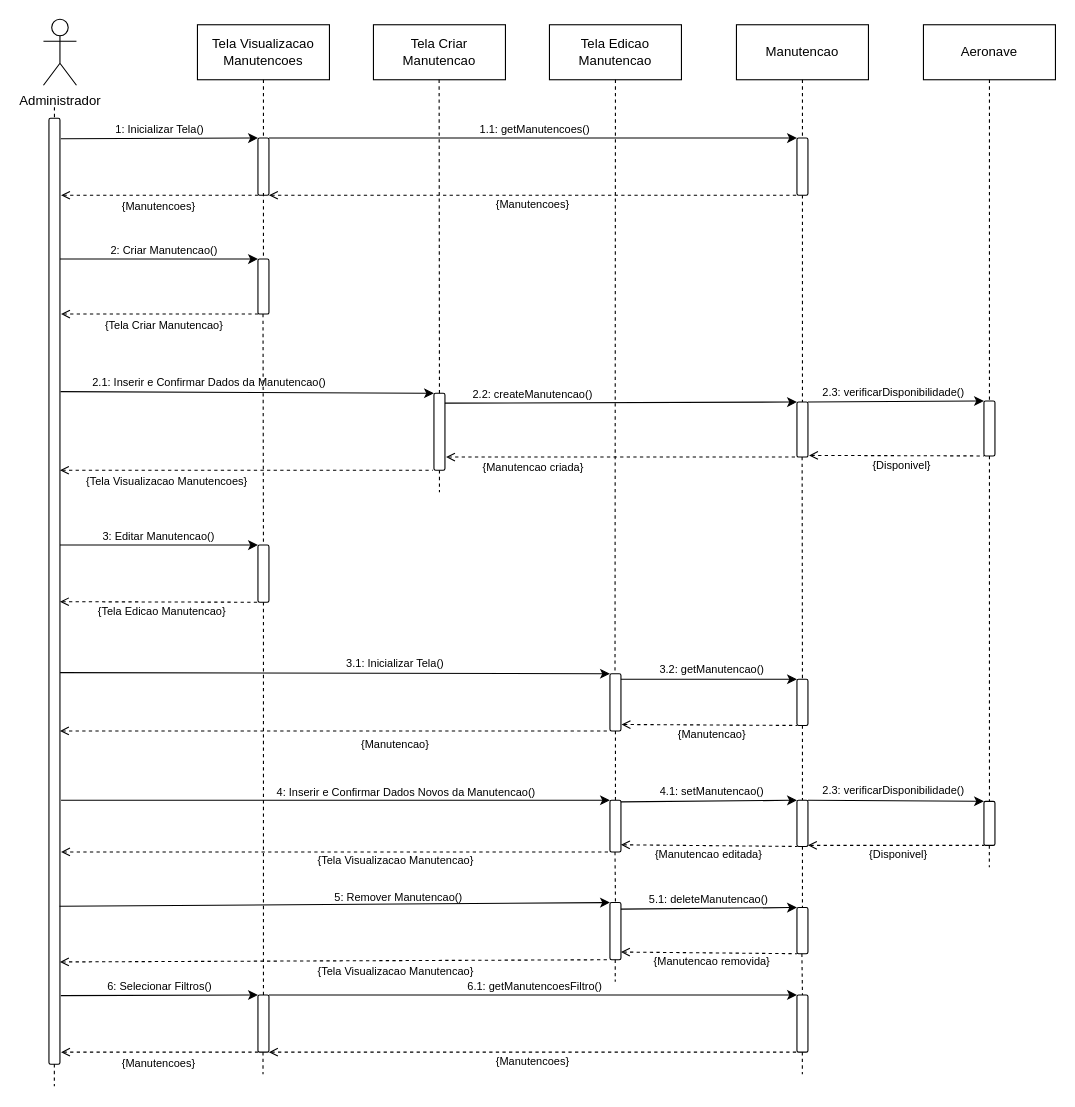
The draw.io diagram Diagramas/Eng_de_Software/Modelos/Sequencia/Manter_Manutencoes.drawio in GabrielGMori/trabalho-conclus-o-ano, before the edit. Source tidied: cells renumbered, new cells numbered last; positions are measured from the earlier drawing's top-left corner, leaving out a move shared by most shapes. Both pictures are drawn from the tidied source at 110%, with x=0, y=0 at pixel (43, 19).
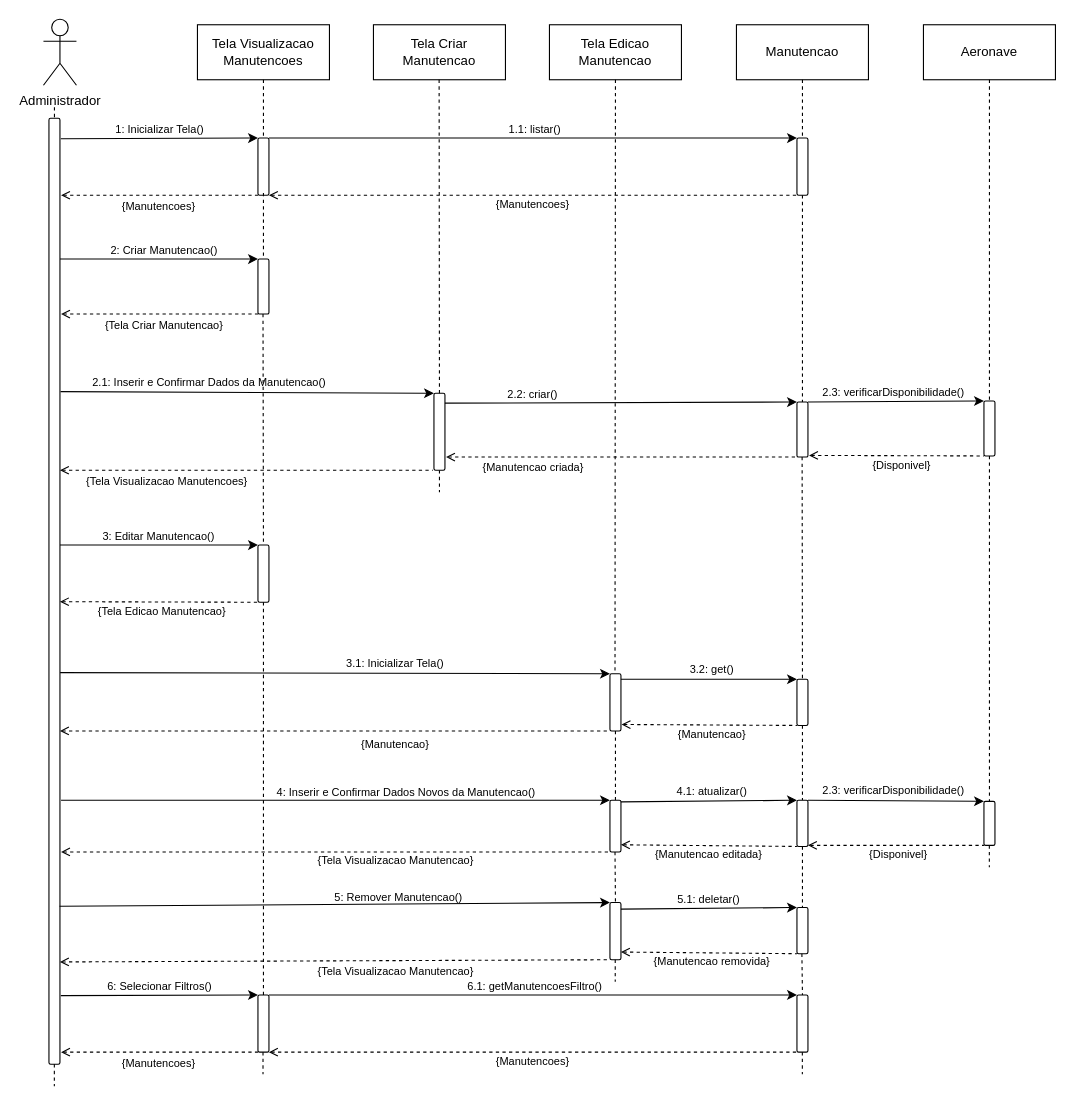
The same diagram, later.

Diff of the diagram source:
```diff
@@
-    <mxCell id="22" value="2.2: createManutencao()" style="text;html=1;align=center;verticalAlign=middle;whiteSpace=wrap;rounded=0;fontSize=10;" parent="1" vertex="1">
+    <mxCell id="22" value="2.2: criar()" style="text;html=1;align=center;verticalAlign=middle;whiteSpace=wrap;rounded=0;fontSize=10;" parent="1" vertex="1">
       <mxGeometry x="345" y="331" width="200" height="20" as="geometry" />
     </mxCell>
@@
-    <mxCell id="34" value="&lt;font&gt;3.2: get&lt;/font&gt;Manutencao&lt;font&gt;()&lt;/font&gt;" style="text;html=1;align=center;verticalAlign=middle;whiteSpace=wrap;rounded=0;fontSize=10;" parent="1" vertex="1">
+    <mxCell id="34" value="&lt;font&gt;3.2: get&lt;/font&gt;&lt;font&gt;()&lt;/font&gt;" style="text;html=1;align=center;verticalAlign=middle;whiteSpace=wrap;rounded=0;fontSize=10;" parent="1" vertex="1">
       <mxGeometry x="528" y="581" width="160" height="20" as="geometry" />
     </mxCell>
@@
-    <mxCell id="50" value="&lt;font&gt;1.1: get&lt;/font&gt;Manutenco&lt;font&gt;es()&lt;/font&gt;" style="text;html=1;align=center;verticalAlign=middle;whiteSpace=wrap;rounded=0;fontSize=10;" parent="1" vertex="1">
+    <mxCell id="50" value="&lt;font&gt;1.1: listar&lt;/font&gt;&lt;font&gt;()&lt;/font&gt;" style="text;html=1;align=center;verticalAlign=middle;whiteSpace=wrap;rounded=0;fontSize=10;" parent="1" vertex="1">
       <mxGeometry x="367" y="90" width="160" height="20" as="geometry" />
     </mxCell>
@@
-    <mxCell id="58" value="&lt;font&gt;4.1: set&lt;/font&gt;Manutencao&lt;font&gt;()&lt;/font&gt;" style="text;html=1;align=center;verticalAlign=middle;whiteSpace=wrap;rounded=0;fontSize=10;" parent="1" vertex="1">
+    <mxCell id="58" value="&lt;font&gt;4.1: atualizar&lt;/font&gt;&lt;font&gt;()&lt;/font&gt;" style="text;html=1;align=center;verticalAlign=middle;whiteSpace=wrap;rounded=0;fontSize=10;" parent="1" vertex="1">
       <mxGeometry x="528" y="692" width="160" height="20" as="geometry" />
     </mxCell>
@@
-    <mxCell id="69" value="&lt;font&gt;5.1: delete&lt;/font&gt;Manutencao&lt;font&gt;()&lt;/font&gt;" style="text;html=1;align=center;verticalAlign=middle;whiteSpace=wrap;rounded=0;fontSize=10;" parent="1" vertex="1">
+    <mxCell id="69" value="&lt;font&gt;5.1: deletar&lt;/font&gt;&lt;font&gt;()&lt;/font&gt;" style="text;html=1;align=center;verticalAlign=middle;whiteSpace=wrap;rounded=0;fontSize=10;" parent="1" vertex="1">
       <mxGeometry x="525" y="789.5" width="160" height="20" as="geometry" />
     </mxCell>
```
